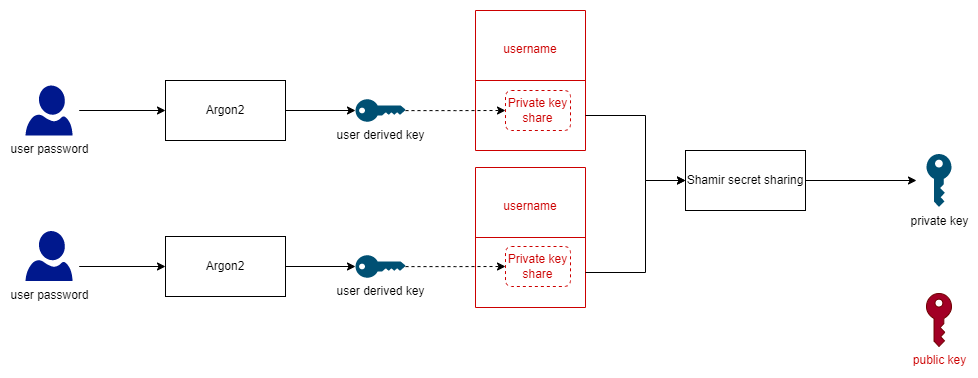
Before: readme-images/Storage root key shares.drawio.png, a diagram exported from draw.io (damienmaier/encrypted-vault). Source tidied: cells renumbered, new cells last; positions are measured from the earlier drawing's top-left corner, leaving out a move shared by most shapes.
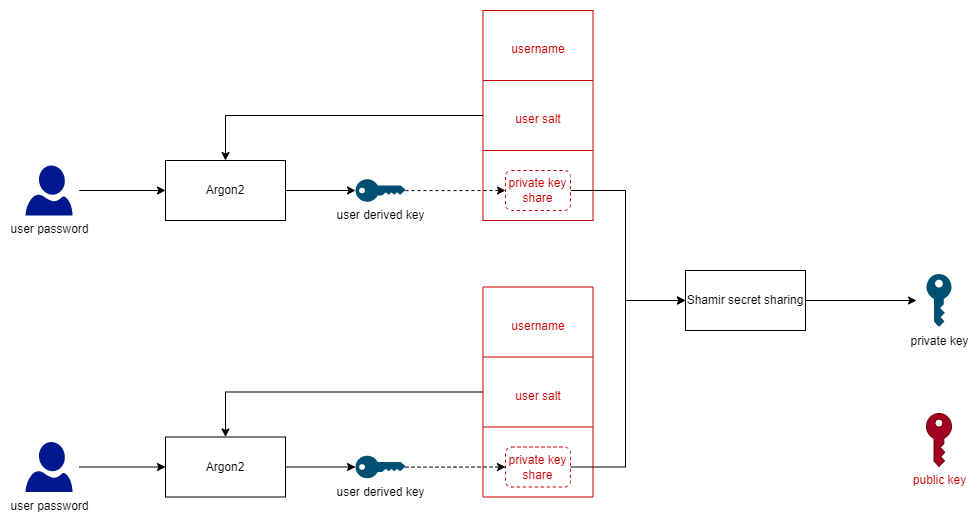
The same file after the commit.

Diff of the diagram source:
```diff
@@ -2,23 +2,8 @@
   <root>
     <mxCell id="0" />
     <mxCell id="1" parent="0" />
-    <mxCell id="2" style="shape=table;startSize=0;fontSize=20;fillColor=none;strokeColor=#CC0000;" parent="1" vertex="1">
-      <mxGeometry x="450" y="157" width="110" height="140" as="geometry" />
-    </mxCell>
-    <mxCell id="3" style="shape=tableRow;horizontal=0;startSize=0;swimlaneHead=0;swimlaneBody=0;top=0;left=0;bottom=0;right=0;fillColor=none;strokeColor=#B85450;fontSize=20;fontColor=#CC0000;" parent="2" vertex="1">
-      <mxGeometry width="110" height="70" as="geometry" />
-    </mxCell>
-    <mxCell id="4" value="&lt;font style=&quot;font-size: 12px;&quot;&gt;username&lt;/font&gt;" style="shape=partialRectangle;html=1;whiteSpace=wrap;overflow=hidden;fillColor=none;top=0;left=0;bottom=0;right=0;strokeColor=#B85450;fontSize=20;fontColor=#CC0000;" parent="3" vertex="1">
-      <mxGeometry width="110" height="70" as="geometry" />
-    </mxCell>
-    <mxCell id="5" style="shape=tableRow;horizontal=0;startSize=0;swimlaneHead=0;swimlaneBody=0;top=0;left=0;bottom=0;right=0;fillColor=none;points=[[0,0.5],[1,0.5]];portConstraint=eastwest;strokeColor=#B85450;fontSize=20;fontColor=#CC0000;" parent="2" vertex="1">
-      <mxGeometry y="70" width="110" height="70" as="geometry" />
-    </mxCell>
-    <mxCell id="6" style="shape=partialRectangle;html=1;whiteSpace=wrap;overflow=hidden;fillColor=none;top=0;left=0;bottom=0;right=0;strokeColor=#B85450;fontSize=20;fontColor=#CC0000;" parent="5" vertex="1">
-      <mxGeometry width="110" height="70" as="geometry" />
-    </mxCell>
     <mxCell id="7" style="shape=table;startSize=0;fontSize=20;fillColor=none;strokeColor=#CC0000;" parent="1" vertex="1">
-      <mxGeometry x="450" width="110" height="140" as="geometry" />
+      <mxGeometry x="457.5" y="-80" width="110" height="210" as="geometry" />
     </mxCell>
     <mxCell id="8" style="shape=tableRow;horizontal=0;startSize=0;swimlaneHead=0;swimlaneBody=0;top=0;left=0;bottom=0;right=0;fillColor=none;strokeColor=#B85450;fontSize=20;fontColor=#CC0000;" parent="7" vertex="1">
       <mxGeometry width="110" height="70" as="geometry" />
@@ -29,9 +14,15 @@
     <mxCell id="10" style="shape=tableRow;horizontal=0;startSize=0;swimlaneHead=0;swimlaneBody=0;top=0;left=0;bottom=0;right=0;fillColor=none;points=[[0,0.5],[1,0.5]];portConstraint=eastwest;strokeColor=#B85450;fontSize=20;fontColor=#CC0000;" parent="7" vertex="1">
       <mxGeometry y="70" width="110" height="70" as="geometry" />
     </mxCell>
-    <mxCell id="11" style="shape=partialRectangle;html=1;whiteSpace=wrap;overflow=hidden;fillColor=none;top=0;left=0;bottom=0;right=0;strokeColor=#B85450;fontSize=20;fontColor=#CC0000;" parent="10" vertex="1">
+    <mxCell id="11" value="&lt;font style=&quot;font-size: 12px;&quot;&gt;user salt&lt;/font&gt;" style="shape=partialRectangle;html=1;whiteSpace=wrap;overflow=hidden;fillColor=none;top=0;left=0;bottom=0;right=0;strokeColor=#B85450;fontSize=20;fontColor=#CC0000;" parent="10" vertex="1">
       <mxGeometry width="110" height="70" as="geometry" />
     </mxCell>
+    <mxCell id="32" style="shape=tableRow;horizontal=0;startSize=0;swimlaneHead=0;swimlaneBody=0;top=0;left=0;bottom=0;right=0;fillColor=none;strokeColor=#B85450;fontSize=20;fontColor=#CC0000;" parent="7" vertex="1">
+      <mxGeometry y="140" width="110" height="70" as="geometry" />
+    </mxCell>
+    <mxCell id="33" style="shape=partialRectangle;html=1;whiteSpace=wrap;overflow=hidden;fillColor=none;top=0;left=0;bottom=0;right=0;strokeColor=#B85450;fontSize=20;fontColor=#CC0000;" parent="32" vertex="1">
+      <mxGeometry width="110" height="70" as="geometry" />
+    </mxCell>
     <mxCell id="12" style="edgeStyle=orthogonalEdgeStyle;rounded=0;jettySize=auto;html=1;entryX=0;entryY=0.5;entryDx=0;entryDy=0;exitX=0.93;exitY=0.5;exitDx=0;exitDy=0;exitPerimeter=0;" parent="1" edge="1" target="14">
       <mxGeometry relative="1" as="geometry">
         <mxPoint x="53.7" y="100" as="sourcePoint" />
@@ -51,66 +42,93 @@
     <mxCell id="16" value="user derived key" style="points=[[0,0.5,0],[0.24,0,0],[0.5,0.28,0],[0.995,0.475,0],[0.5,0.72,0],[0.24,1,0]];verticalLabelPosition=bottom;sketch=0;html=1;verticalAlign=top;align=center;shape=mxgraph.cisco19.key;fillColor=#005073;strokeColor=none;" parent="1" vertex="1">
       <mxGeometry x="330" y="88.8" width="50" height="22.5" as="geometry" />
     </mxCell>
-    <mxCell id="17" style="edgeStyle=orthogonalEdgeStyle;rounded=0;jettySize=auto;html=1;entryX=0;entryY=0.5;entryDx=0;entryDy=0;exitX=0.93;exitY=0.5;exitDx=0;exitDy=0;exitPerimeter=0;" parent="1" edge="1" target="19">
-      <mxGeometry relative="1" as="geometry">
-        <mxPoint x="53.7" y="256" as="sourcePoint" />
-      </mxGeometry>
-    </mxCell>
-    <mxCell id="18" style="edgeStyle=orthogonalEdgeStyle;rounded=0;jettySize=auto;html=1;entryX=0;entryY=0.5;entryDx=0;entryDy=0;entryPerimeter=0;" parent="1" edge="1" source="19" target="21">
-      <mxGeometry relative="1" as="geometry" />
-    </mxCell>
-    <mxCell id="19" value="Argon2" style="rounded=0;whiteSpace=wrap;html=1;" parent="1" vertex="1">
-      <mxGeometry x="140" y="226" width="120" height="60" as="geometry" />
-    </mxCell>
-    <mxCell id="20" style="edgeStyle=orthogonalEdgeStyle;rounded=0;jettySize=auto;html=1;entryX=0;entryY=0.5;entryDx=0;entryDy=0;entryPerimeter=0;dashed=1;" parent="1" edge="1" source="21">
-      <mxGeometry relative="1" as="geometry">
-        <mxPoint x="480" y="256" as="targetPoint" />
-      </mxGeometry>
-    </mxCell>
-    <mxCell id="21" value="user derived key" style="points=[[0,0.5,0],[0.24,0,0],[0.5,0.28,0],[0.995,0.475,0],[0.5,0.72,0],[0.24,1,0]];verticalLabelPosition=bottom;sketch=0;html=1;verticalAlign=top;align=center;shape=mxgraph.cisco19.key;fillColor=#005073;strokeColor=none;" parent="1" vertex="1">
-      <mxGeometry x="330" y="244.8" width="50" height="22.5" as="geometry" />
-    </mxCell>
     <mxCell id="22" style="edgeStyle=orthogonalEdgeStyle;rounded=0;jettySize=auto;html=1;entryX=0;entryY=0.5;entryDx=0;entryDy=0;entryPerimeter=0;" parent="1" edge="1" source="23">
       <mxGeometry relative="1" as="geometry">
-        <mxPoint x="891" y="170" as="targetPoint" />
+        <mxPoint x="891" y="210" as="targetPoint" />
       </mxGeometry>
     </mxCell>
     <mxCell id="23" value="Shamir secret sharing" style="rounded=0;whiteSpace=wrap;html=1;" parent="1" vertex="1">
-      <mxGeometry x="660" y="140" width="120" height="60" as="geometry" />
+      <mxGeometry x="660" y="180" width="120" height="60" as="geometry" />
     </mxCell>
-    <mxCell id="24" style="edgeStyle=orthogonalEdgeStyle;rounded=0;jettySize=auto;html=1;entryX=0;entryY=0.5;entryDx=0;entryDy=0;" parent="1" edge="1" source="5" target="23">
+    <mxCell id="24" style="edgeStyle=orthogonalEdgeStyle;rounded=0;jettySize=auto;html=1;exitX=1;exitY=0.5;exitDx=0;exitDy=0;entryX=0;entryY=0.5;entryDx=0;entryDy=0;" parent="1" edge="1" source="28" target="23">
       <mxGeometry relative="1" as="geometry">
         <Array as="points">
-          <mxPoint x="620" y="262" />
-          <mxPoint x="620" y="170" />
+          <mxPoint x="600" y="100" />
+          <mxPoint x="600" y="210" />
         </Array>
       </mxGeometry>
     </mxCell>
-    <mxCell id="25" style="edgeStyle=orthogonalEdgeStyle;rounded=0;jettySize=auto;html=1;entryX=0;entryY=0.5;entryDx=0;entryDy=0;" parent="1" edge="1" source="10" target="23">
-      <mxGeometry relative="1" as="geometry">
-        <Array as="points">
-          <mxPoint x="620" y="105" />
-          <mxPoint x="620" y="170" />
-        </Array>
-      </mxGeometry>
-    </mxCell>
     <mxCell id="26" value="&lt;font color=&quot;#000000&quot;&gt;private key&lt;/font&gt;" style="sketch=0;shadow=0;dashed=0;html=1;strokeColor=none;labelPosition=center;verticalLabelPosition=bottom;verticalAlign=top;align=center;shape=mxgraph.office.security.key_permissions;fillColor=#005073;fontColor=#CC0000;" parent="1" vertex="1">
-      <mxGeometry x="901" y="143.5" width="25" height="53" as="geometry" />
+      <mxGeometry x="901" y="183.5" width="25" height="53" as="geometry" />
     </mxCell>
     <mxCell id="27" value="&lt;font color=&quot;#cc0000&quot;&gt;public key&lt;/font&gt;" style="sketch=0;shadow=0;dashed=0;html=1;strokeColor=#6F0000;labelPosition=center;verticalLabelPosition=bottom;verticalAlign=top;align=center;shape=mxgraph.office.security.key_permissions;fillColor=#a20025;fontColor=#ffffff;" parent="1" vertex="1">
-      <mxGeometry x="901" y="283" width="25" height="53" as="geometry" />
+      <mxGeometry x="901" y="323" width="25" height="53" as="geometry" />
     </mxCell>
-    <mxCell id="28" value="Private key share" style="rounded=1;whiteSpace=wrap;html=1;fontColor=#CC0000;strokeColor=#CC0000;dashed=1;" parent="1" vertex="1">
+    <mxCell id="28" value="private key share" style="rounded=1;whiteSpace=wrap;html=1;fontColor=#CC0000;strokeColor=#CC0000;dashed=1;" parent="1" vertex="1">
       <mxGeometry x="480" y="80" width="65" height="40" as="geometry" />
     </mxCell>
-    <mxCell id="29" value="Private key share" style="rounded=1;whiteSpace=wrap;html=1;fontColor=#CC0000;strokeColor=#CC0000;dashed=1;" parent="1" vertex="1">
-      <mxGeometry x="480" y="236" width="65" height="40" as="geometry" />
-    </mxCell>
     <mxCell id="30" value="user password" style="sketch=0;shadow=0;dashed=0;html=1;strokeColor=none;labelPosition=center;verticalLabelPosition=bottom;verticalAlign=top;align=center;fillColor=#00188D;shape=mxgraph.azure.user;fontColor=#000000;" parent="1" vertex="1">
       <mxGeometry y="75" width="47" height="50" as="geometry" />
     </mxCell>
+    <mxCell id="34" style="edgeStyle=orthogonalEdgeStyle;rounded=0;jettySize=auto;html=1;entryX=0.5;entryY=0;entryDx=0;entryDy=0;fontSize=12;" parent="1" edge="1" source="10" target="14">
+      <mxGeometry relative="1" as="geometry" />
+    </mxCell>
+    <mxCell id="35" style="shape=table;startSize=0;fontSize=20;fillColor=none;strokeColor=#CC0000;" parent="1" vertex="1">
+      <mxGeometry x="457.5" y="196.5" width="110" height="210" as="geometry" />
+    </mxCell>
+    <mxCell id="3" style="shape=tableRow;horizontal=0;startSize=0;swimlaneHead=0;swimlaneBody=0;top=0;left=0;bottom=0;right=0;fillColor=none;strokeColor=#B85450;fontSize=20;fontColor=#CC0000;" parent="35" vertex="1">
+      <mxGeometry width="110" height="70" as="geometry" />
+    </mxCell>
+    <mxCell id="4" value="&lt;font style=&quot;font-size: 12px;&quot;&gt;username&lt;/font&gt;" style="shape=partialRectangle;html=1;whiteSpace=wrap;overflow=hidden;fillColor=none;top=0;left=0;bottom=0;right=0;strokeColor=#B85450;fontSize=20;fontColor=#CC0000;" parent="3" vertex="1">
+      <mxGeometry width="110" height="70" as="geometry" />
+    </mxCell>
+    <mxCell id="5" style="shape=tableRow;horizontal=0;startSize=0;swimlaneHead=0;swimlaneBody=0;top=0;left=0;bottom=0;right=0;fillColor=none;points=[[0,0.5],[1,0.5]];portConstraint=eastwest;strokeColor=#B85450;fontSize=20;fontColor=#CC0000;" parent="35" vertex="1">
+      <mxGeometry y="70" width="110" height="70" as="geometry" />
+    </mxCell>
+    <mxCell id="36" value="&lt;font style=&quot;font-size: 12px;&quot;&gt;user salt&lt;/font&gt;" style="shape=partialRectangle;html=1;whiteSpace=wrap;overflow=hidden;fillColor=none;top=0;left=0;bottom=0;right=0;strokeColor=#B85450;fontSize=20;fontColor=#CC0000;" parent="5" vertex="1">
+      <mxGeometry width="110" height="70" as="geometry" />
+    </mxCell>
+    <mxCell id="37" style="shape=tableRow;horizontal=0;startSize=0;swimlaneHead=0;swimlaneBody=0;top=0;left=0;bottom=0;right=0;fillColor=none;strokeColor=#B85450;fontSize=20;fontColor=#CC0000;" parent="35" vertex="1">
+      <mxGeometry y="140" width="110" height="70" as="geometry" />
+    </mxCell>
+    <mxCell id="38" style="shape=partialRectangle;html=1;whiteSpace=wrap;overflow=hidden;fillColor=none;top=0;left=0;bottom=0;right=0;strokeColor=#B85450;fontSize=20;fontColor=#CC0000;" parent="37" vertex="1">
+      <mxGeometry width="110" height="70" as="geometry" />
+    </mxCell>
+    <mxCell id="39" style="edgeStyle=orthogonalEdgeStyle;rounded=0;jettySize=auto;html=1;entryX=0;entryY=0.5;entryDx=0;entryDy=0;exitX=0.93;exitY=0.5;exitDx=0;exitDy=0;exitPerimeter=0;" parent="1" edge="1" target="19">
+      <mxGeometry relative="1" as="geometry">
+        <mxPoint x="53.7" y="376.5" as="sourcePoint" />
+      </mxGeometry>
+    </mxCell>
+    <mxCell id="18" style="edgeStyle=orthogonalEdgeStyle;rounded=0;jettySize=auto;html=1;entryX=0;entryY=0.5;entryDx=0;entryDy=0;entryPerimeter=0;" parent="1" edge="1" source="19" target="21">
+      <mxGeometry relative="1" as="geometry" />
+    </mxCell>
+    <mxCell id="19" value="Argon2" style="rounded=0;whiteSpace=wrap;html=1;" parent="1" vertex="1">
+      <mxGeometry x="140" y="346.5" width="120" height="60" as="geometry" />
+    </mxCell>
+    <mxCell id="40" style="edgeStyle=orthogonalEdgeStyle;rounded=0;jettySize=auto;html=1;entryX=0;entryY=0.5;entryDx=0;entryDy=0;entryPerimeter=0;dashed=1;" parent="1" edge="1" source="21">
+      <mxGeometry relative="1" as="geometry">
+        <mxPoint x="480" y="376.5" as="targetPoint" />
+      </mxGeometry>
+    </mxCell>
+    <mxCell id="21" value="user derived key" style="points=[[0,0.5,0],[0.24,0,0],[0.5,0.28,0],[0.995,0.475,0],[0.5,0.72,0],[0.24,1,0]];verticalLabelPosition=bottom;sketch=0;html=1;verticalAlign=top;align=center;shape=mxgraph.cisco19.key;fillColor=#005073;strokeColor=none;" parent="1" vertex="1">
+      <mxGeometry x="330" y="365.2" width="50" height="22.5" as="geometry" />
+    </mxCell>
+    <mxCell id="41" style="edgeStyle=orthogonalEdgeStyle;rounded=0;jettySize=auto;html=1;entryX=0;entryY=0.5;entryDx=0;entryDy=0;fontSize=12;" parent="1" edge="1" source="42" target="23">
+      <mxGeometry relative="1" as="geometry">
+        <Array as="points">
+          <mxPoint x="600" y="377" />
+          <mxPoint x="600" y="210" />
+        </Array>
+      </mxGeometry>
+    </mxCell>
+    <mxCell id="42" value="private key share" style="rounded=1;whiteSpace=wrap;html=1;fontColor=#CC0000;strokeColor=#CC0000;dashed=1;" parent="1" vertex="1">
+      <mxGeometry x="480" y="356.5" width="65" height="40" as="geometry" />
+    </mxCell>
     <mxCell id="31" value="user password" style="sketch=0;shadow=0;dashed=0;html=1;strokeColor=none;labelPosition=center;verticalLabelPosition=bottom;verticalAlign=top;align=center;fillColor=#00188D;shape=mxgraph.azure.user;fontColor=#000000;" parent="1" vertex="1">
-      <mxGeometry y="220.5" width="47" height="50" as="geometry" />
+      <mxGeometry y="351.5" width="47" height="50" as="geometry" />
     </mxCell>
+    <mxCell id="43" style="edgeStyle=orthogonalEdgeStyle;rounded=0;jettySize=auto;html=1;entryX=0.5;entryY=0;entryDx=0;entryDy=0;fontSize=12;" parent="1" edge="1" source="5" target="19">
+      <mxGeometry relative="1" as="geometry" />
+    </mxCell>
   </root>
 </mxGraphModel>
```
